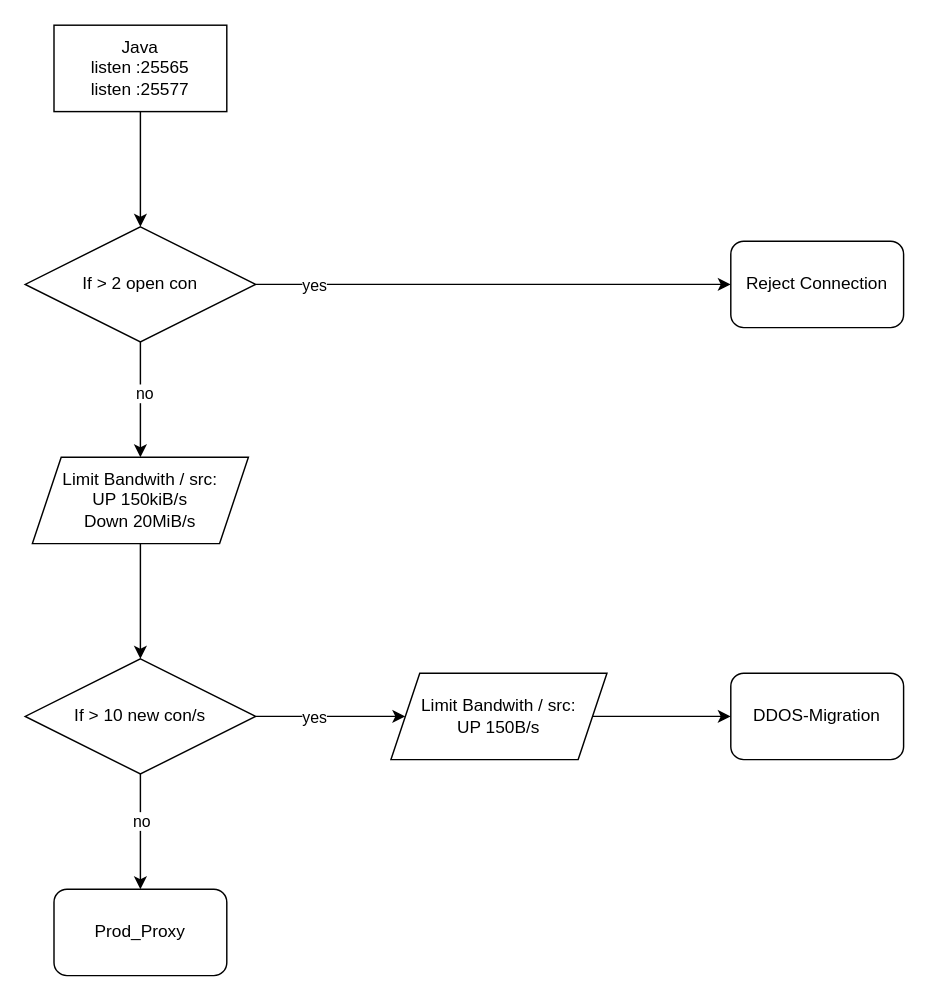
Earlier version of the draw.io diagram docs/application_firewall.drawio (nicolube/mc-firewall). Source tidied: cells renumbered, new cells numbered last; positions are measured from the earlier drawing's top-left corner, leaving out a move shared by most shapes. Both pictures are drawn from the tidied source at 144%, with x=0, y=0 at pixel (24, 24).
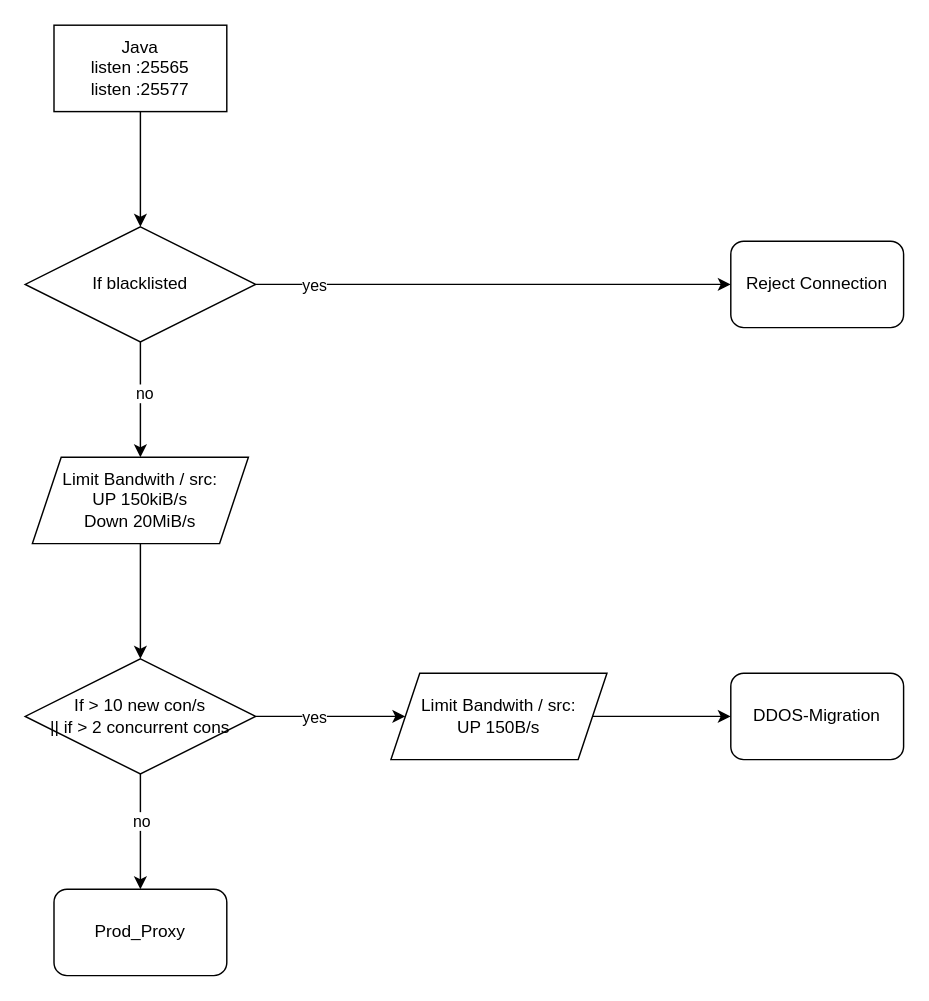
The same page after the edit.

Diff of the diagram source:
```diff
@@
-    <mxCell id="6" value="If &amp;gt; 10 new con/s" style="rhombus;whiteSpace=wrap;html=1;" parent="1" vertex="1">
+    <mxCell id="6" value="If &amp;gt; 10 new con/s&lt;br&gt;|| if &amp;gt; 2 concurrent cons" style="rhombus;whiteSpace=wrap;html=1;" parent="1" vertex="1">
       <mxGeometry y="440" width="160" height="80" as="geometry" />
     </mxCell>
@@
-    <mxCell id="16" value="If &amp;gt; 2 open con" style="rhombus;whiteSpace=wrap;html=1;" parent="1" vertex="1">
+    <mxCell id="16" value="If blacklisted" style="rhombus;whiteSpace=wrap;html=1;" parent="1" vertex="1">
       <mxGeometry y="140" width="160" height="80" as="geometry" />
     </mxCell>
```
